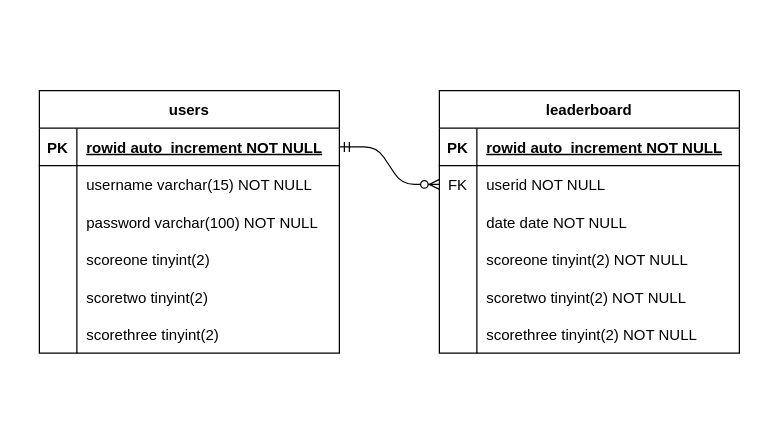
The draw.io diagram evidence/databasePlanning.drawio in hdert/python-dungeons, before the edit. Source tidied: cells renumbered, new cells numbered last; positions are measured from the earlier drawing's top-left corner, leaving out a move shared by most shapes. Both pictures are drawn from the tidied source at 125%, with x=0, y=0 at pixel (39, 90).
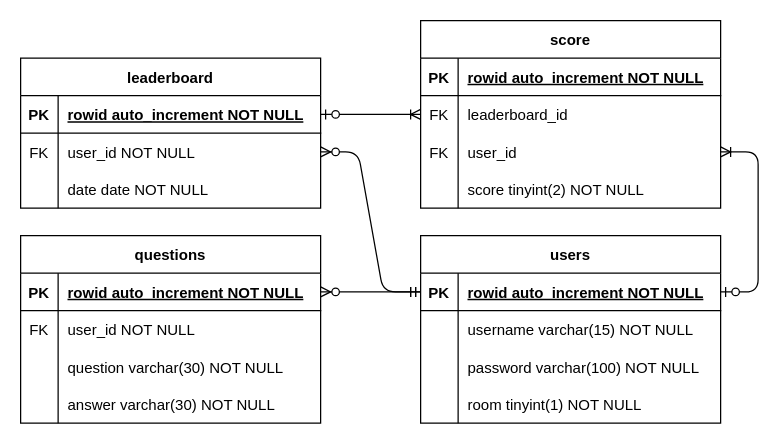
The same page after the edit.

Commit message:
add score, questions to ERD

The change refers to these unchanged cells:
```xml
<mxCell id="4" style="shape=partialRectangle;fillColor=none;top=0;left=0;bottom=1;right=0;points=[[0,0.5],[1,0.5]];portConstraint=eastwest;" parent="3" vertex="1">
  <mxGeometry y="30" width="240" height="30" as="geometry" />
</mxCell>
<mxCell id="7" style="shape=partialRectangle;fillColor=none;top=0;left=0;bottom=0;right=0;points=[[0,0.5],[1,0.5]];portConstraint=eastwest;" parent="3" vertex="1">
  <mxGeometry y="60" width="240" height="30" as="geometry" />
</mxCell>
```

Diff of the diagram source:
```diff
@@
-    <mxCell id="2" style="edgeStyle=entityRelationEdgeStyle;fontSize=12;html=1;endArrow=ERzeroToMany;startArrow=ERmandOne;entryX=0;entryY=0.5;entryDx=0;entryDy=0;exitX=1;exitY=0.5;exitDx=0;exitDy=0;" parent="1" edge="1" source="23" target="7">
+    <mxCell id="2" style="edgeStyle=entityRelationEdgeStyle;fontSize=12;html=1;endArrow=ERzeroToMany;startArrow=ERmandOne;" parent="1" edge="1" source="23" target="7">
       <mxGeometry relative="1" as="geometry" />
     </mxCell>
+    <mxCell id="41" style="edgeStyle=entityRelationEdgeStyle;fontSize=12;html=1;endArrow=ERzeroToMany;startArrow=ERmandOne;" parent="1" edge="1" source="23" target="61">
+      <mxGeometry relative="1" as="geometry" />
+    </mxCell>
+    <mxCell id="42" style="edgeStyle=entityRelationEdgeStyle;fontSize=12;html=1;endArrow=ERoneToMany;startArrow=ERzeroToOne;endFill=0;rounded=1;jumpStyle=none;startFill=1;" parent="1" edge="1" source="23" target="51">
+      <mxGeometry relative="1" as="geometry" />
+    </mxCell>
+    <mxCell id="43" style="edgeStyle=entityRelationEdgeStyle;fontSize=12;html=1;endArrow=ERoneToMany;startArrow=ERzeroToOne;endFill=0;startFill=1;" parent="1" edge="1" source="4" target="48">
+      <mxGeometry relative="1" as="geometry" />
+    </mxCell>
+    <mxCell id="44" value="score" style="shape=table;startSize=30;childLayout=tableLayout;rowLines=0;fontStyle=1;align=center;" parent="1" vertex="1">
+      <mxGeometry x="305" y="-56" width="240" height="150" as="geometry" />
+    </mxCell>
+    <mxCell id="45" style="shape=partialRectangle;fillColor=none;top=0;left=0;bottom=1;right=0;" parent="44" vertex="1">
+      <mxGeometry y="30" width="240" height="30" as="geometry" />
+    </mxCell>
+    <mxCell id="46" value="PK" style="shape=partialRectangle;fillColor=none;top=0;left=0;bottom=0;right=0;fontStyle=1;overflow=hidden;" parent="45" vertex="1">
+      <mxGeometry width="30" height="30" as="geometry" />
+    </mxCell>
+    <mxCell id="47" value="rowid auto_increment NOT NULL" style="shape=partialRectangle;fillColor=none;top=0;left=0;bottom=0;right=0;align=left;spacingLeft=6;fontStyle=5;overflow=hidden;" parent="45" vertex="1">
+      <mxGeometry x="30" width="210" height="30" as="geometry" />
+    </mxCell>
+    <mxCell id="48" style="shape=partialRectangle;fillColor=none;top=0;left=0;bottom=0;right=0;points=[[0,0.5],[1,0.5]];portConstraint=eastwest;" parent="44" vertex="1">
+      <mxGeometry y="60" width="240" height="30" as="geometry" />
+    </mxCell>
+    <mxCell id="49" value="FK" style="shape=partialRectangle;fillColor=none;top=0;left=0;bottom=0;right=0;overflow=hidden;" parent="48" vertex="1">
+      <mxGeometry width="30" height="30" as="geometry" />
+    </mxCell>
+    <mxCell id="50" value="leaderboard_id" style="shape=partialRectangle;fillColor=none;top=0;left=0;bottom=0;right=0;align=left;spacingLeft=6;overflow=hidden;" parent="48" vertex="1">
+      <mxGeometry x="30" width="210" height="30" as="geometry" />
+    </mxCell>
+    <mxCell id="51" style="shape=partialRectangle;fillColor=none;top=0;left=0;bottom=0;right=0;points=[[0,0.5],[1,0.5]];portConstraint=eastwest;" parent="44" vertex="1">
+      <mxGeometry y="90" width="240" height="30" as="geometry" />
+    </mxCell>
+    <mxCell id="52" value="FK" style="shape=partialRectangle;fillColor=none;top=0;left=0;bottom=0;right=0;overflow=hidden;" parent="51" vertex="1">
+      <mxGeometry width="30" height="30" as="geometry" />
+    </mxCell>
+    <mxCell id="53" value="user_id" style="shape=partialRectangle;fillColor=none;top=0;left=0;bottom=0;right=0;align=left;spacingLeft=6;overflow=hidden;" parent="51" vertex="1">
+      <mxGeometry x="30" width="210" height="30" as="geometry" />
+    </mxCell>
+    <mxCell id="54" style="shape=partialRectangle;fillColor=none;top=0;left=0;bottom=0;right=0;" parent="44" vertex="1">
+      <mxGeometry y="120" width="240" height="30" as="geometry" />
+    </mxCell>
+    <mxCell id="55" style="shape=partialRectangle;fillColor=none;top=0;left=0;bottom=0;right=0;overflow=hidden;" parent="54" vertex="1">
+      <mxGeometry width="30" height="30" as="geometry" />
+    </mxCell>
+    <mxCell id="56" value="score tinyint(2) NOT NULL" style="shape=partialRectangle;fillColor=none;top=0;left=0;bottom=0;right=0;align=left;spacingLeft=6;overflow=hidden;" parent="54" vertex="1">
+      <mxGeometry x="30" width="210" height="30" as="geometry" />
+    </mxCell>
+    <mxCell id="22" value="users" style="shape=table;startSize=30;childLayout=tableLayout;rowLines=0;fontStyle=1;align=center;" parent="1" vertex="1">
+      <mxGeometry x="305" y="116" width="240" height="150" as="geometry" />
+    </mxCell>
+    <mxCell id="23" style="shape=partialRectangle;fillColor=none;top=0;left=0;bottom=1;right=0;points=[[0,0.5],[1,0.5]];portConstraint=eastwest;" parent="22" vertex="1">
+      <mxGeometry y="30" width="240" height="30" as="geometry" />
+    </mxCell>
+    <mxCell id="24" value="PK" style="shape=partialRectangle;fillColor=none;top=0;left=0;bottom=0;right=0;fontStyle=1;overflow=hidden;" parent="23" vertex="1">
+      <mxGeometry width="30" height="30" as="geometry" />
+    </mxCell>
+    <mxCell id="25" value="rowid auto_increment NOT NULL" style="shape=partialRectangle;fillColor=none;top=0;left=0;bottom=0;right=0;align=left;spacingLeft=6;fontStyle=5;overflow=hidden;" parent="23" vertex="1">
+      <mxGeometry x="30" width="210" height="30" as="geometry" />
+    </mxCell>
+    <mxCell id="26" style="shape=partialRectangle;fillColor=none;top=0;left=0;bottom=0;right=0;" parent="22" vertex="1">
+      <mxGeometry y="60" width="240" height="30" as="geometry" />
+    </mxCell>
+    <mxCell id="27" style="shape=partialRectangle;fillColor=none;top=0;left=0;bottom=0;right=0;overflow=hidden;" parent="26" vertex="1">
+      <mxGeometry width="30" height="30" as="geometry" />
+    </mxCell>
+    <mxCell id="28" value="username varchar(15) NOT NULL" style="shape=partialRectangle;fillColor=none;top=0;left=0;bottom=0;right=0;align=left;spacingLeft=6;overflow=hidden;" parent="26" vertex="1">
+      <mxGeometry x="30" width="210" height="30" as="geometry" />
+    </mxCell>
+    <mxCell id="29" style="shape=partialRectangle;fillColor=none;top=0;left=0;bottom=0;right=0;" parent="22" vertex="1">
+      <mxGeometry y="90" width="240" height="30" as="geometry" />
+    </mxCell>
+    <mxCell id="30" style="shape=partialRectangle;fillColor=none;top=0;left=0;bottom=0;right=0;overflow=hidden;" parent="29" vertex="1">
+      <mxGeometry width="30" height="30" as="geometry" />
+    </mxCell>
+    <mxCell id="31" value="password varchar(100) NOT NULL" style="shape=partialRectangle;fillColor=none;top=0;left=0;bottom=0;right=0;align=left;spacingLeft=6;overflow=hidden;" parent="29" vertex="1">
+      <mxGeometry x="30" width="210" height="30" as="geometry" />
+    </mxCell>
+    <mxCell id="57" style="shape=partialRectangle;fillColor=none;top=0;left=0;bottom=0;right=0;" parent="22" vertex="1">
+      <mxGeometry y="120" width="240" height="30" as="geometry" />
+    </mxCell>
+    <mxCell id="58" style="shape=partialRectangle;fillColor=none;top=0;left=0;bottom=0;right=0;overflow=hidden;" parent="57" vertex="1">
+      <mxGeometry width="30" height="30" as="geometry" />
+    </mxCell>
+    <mxCell id="59" value="room tinyint(1) NOT NULL" style="shape=partialRectangle;fillColor=none;top=0;left=0;bottom=0;right=0;align=left;spacingLeft=6;overflow=hidden;" parent="57" vertex="1">
+      <mxGeometry x="30" width="210" height="30" as="geometry" />
+    </mxCell>
+    <mxCell id="60" value="questions" style="shape=table;startSize=30;childLayout=tableLayout;rowLines=0;fontStyle=1;align=center;" parent="1" vertex="1">
+      <mxGeometry x="-15" y="116" width="240" height="150" as="geometry" />
+    </mxCell>
+    <mxCell id="61" style="shape=partialRectangle;fillColor=none;top=0;left=0;bottom=1;right=0;points=[[0,0.5],[1,0.5]];portConstraint=eastwest;" parent="60" vertex="1">
+      <mxGeometry y="30" width="240" height="30" as="geometry" />
+    </mxCell>
+    <mxCell id="62" value="PK" style="shape=partialRectangle;fillColor=none;top=0;left=0;bottom=0;right=0;fontStyle=1;overflow=hidden;" parent="61" vertex="1">
+      <mxGeometry width="30" height="30" as="geometry" />
+    </mxCell>
+    <mxCell id="63" value="rowid auto_increment NOT NULL" style="shape=partialRectangle;fillColor=none;top=0;left=0;bottom=0;right=0;align=left;spacingLeft=6;fontStyle=5;overflow=hidden;" parent="61" vertex="1">
+      <mxGeometry x="30" width="210" height="30" as="geometry" />
+    </mxCell>
+    <mxCell id="64" style="shape=partialRectangle;fillColor=none;top=0;left=0;bottom=0;right=0;" parent="60" vertex="1">
+      <mxGeometry y="60" width="240" height="30" as="geometry" />
+    </mxCell>
+    <mxCell id="65" value="FK" style="shape=partialRectangle;fillColor=none;top=0;left=0;bottom=0;right=0;overflow=hidden;" parent="64" vertex="1">
+      <mxGeometry width="30" height="30" as="geometry" />
+    </mxCell>
+    <mxCell id="66" value="user_id NOT NULL" style="shape=partialRectangle;fillColor=none;top=0;left=0;bottom=0;right=0;align=left;spacingLeft=6;overflow=hidden;" parent="64" vertex="1">
+      <mxGeometry x="30" width="210" height="30" as="geometry" />
+    </mxCell>
+    <mxCell id="67" style="shape=partialRectangle;fillColor=none;top=0;left=0;bottom=0;right=0;" parent="60" vertex="1">
+      <mxGeometry y="90" width="240" height="30" as="geometry" />
+    </mxCell>
+    <mxCell id="68" style="shape=partialRectangle;fillColor=none;top=0;left=0;bottom=0;right=0;overflow=hidden;" parent="67" vertex="1">
+      <mxGeometry width="30" height="30" as="geometry" />
+    </mxCell>
+    <mxCell id="69" value="question varchar(30) NOT NULL" style="shape=partialRectangle;fillColor=none;top=0;left=0;bottom=0;right=0;align=left;spacingLeft=6;overflow=hidden;" parent="67" vertex="1">
+      <mxGeometry x="30" width="210" height="30" as="geometry" />
+    </mxCell>
+    <mxCell id="70" style="shape=partialRectangle;fillColor=none;top=0;left=0;bottom=0;right=0;" parent="60" vertex="1">
+      <mxGeometry y="120" width="240" height="30" as="geometry" />
+    </mxCell>
+    <mxCell id="71" style="shape=partialRectangle;fillColor=none;top=0;left=0;bottom=0;right=0;overflow=hidden;" parent="70" vertex="1">
+      <mxGeometry width="30" height="30" as="geometry" />
+    </mxCell>
+    <mxCell id="72" value="answer varchar(30) NOT NULL" style="shape=partialRectangle;fillColor=none;top=0;left=0;bottom=0;right=0;align=left;spacingLeft=6;overflow=hidden;" parent="70" vertex="1">
+      <mxGeometry x="30" width="210" height="30" as="geometry" />
+    </mxCell>
     <mxCell id="3" value="leaderboard" style="shape=table;startSize=30;childLayout=tableLayout;rowLines=0;fontStyle=1;align=center;" parent="1" vertex="1">
-      <mxGeometry x="320" width="240" height="210" as="geometry" />
+      <mxGeometry x="-15" y="-26" width="240" height="120" as="geometry" />
     </mxCell>
@@
-    <mxCell id="9" value="userid NOT NULL" style="shape=partialRectangle;fillColor=none;top=0;left=0;bottom=0;right=0;align=left;spacingLeft=6;overflow=hidden;" parent="7" vertex="1">
+    <mxCell id="9" value="user_id NOT NULL" style="shape=partialRectangle;fillColor=none;top=0;left=0;bottom=0;right=0;align=left;spacingLeft=6;overflow=hidden;" parent="7" vertex="1">
       <mxGeometry x="30" width="210" height="30" as="geometry" />
     </mxCell>
@@
-    <mxCell id="13" style="shape=partialRectangle;fillColor=none;top=0;left=0;bottom=0;right=0;" parent="3" vertex="1">
-      <mxGeometry y="120" width="240" height="30" as="geometry" />
-    </mxCell>
-    <mxCell id="14" style="shape=partialRectangle;fillColor=none;top=0;left=0;bottom=0;right=0;overflow=hidden;" parent="13" vertex="1">
-      <mxGeometry width="30" height="30" as="geometry" />
-    </mxCell>
-    <mxCell id="15" value="scoreone tinyint(2) NOT NULL" style="shape=partialRectangle;fillColor=none;top=0;left=0;bottom=0;right=0;align=left;spacingLeft=6;overflow=hidden;" parent="13" vertex="1">
-      <mxGeometry x="30" width="210" height="30" as="geometry" />
-    </mxCell>
-    <mxCell id="16" style="shape=partialRectangle;fillColor=none;top=0;left=0;bottom=0;right=0;" parent="3" vertex="1">
-      <mxGeometry y="150" width="240" height="30" as="geometry" />
-    </mxCell>
-    <mxCell id="17" style="shape=partialRectangle;fillColor=none;top=0;left=0;bottom=0;right=0;overflow=hidden;" parent="16" vertex="1">
-      <mxGeometry width="30" height="30" as="geometry" />
-    </mxCell>
-    <mxCell id="18" value="scoretwo tinyint(2) NOT NULL" style="shape=partialRectangle;fillColor=none;top=0;left=0;bottom=0;right=0;align=left;spacingLeft=6;overflow=hidden;" parent="16" vertex="1">
-      <mxGeometry x="30" width="210" height="30" as="geometry" />
-    </mxCell>
-    <mxCell id="19" style="shape=partialRectangle;fillColor=none;top=0;left=0;bottom=0;right=0;" parent="3" vertex="1">
-      <mxGeometry y="180" width="240" height="30" as="geometry" />
-    </mxCell>
-    <mxCell id="20" style="shape=partialRectangle;fillColor=none;top=0;left=0;bottom=0;right=0;overflow=hidden;" parent="19" vertex="1">
-      <mxGeometry width="30" height="30" as="geometry" />
-    </mxCell>
-    <mxCell id="21" value="scorethree tinyint(2) NOT NULL" style="shape=partialRectangle;fillColor=none;top=0;left=0;bottom=0;right=0;align=left;spacingLeft=6;overflow=hidden;" parent="19" vertex="1">
-      <mxGeometry x="30" width="210" height="30" as="geometry" />
-    </mxCell>
-    <mxCell id="22" value="users" style="shape=table;startSize=30;childLayout=tableLayout;rowLines=0;fontStyle=1;align=center;" parent="1" vertex="1">
-      <mxGeometry width="240" height="210" as="geometry" />
-    </mxCell>
-    <mxCell id="23" style="shape=partialRectangle;fillColor=none;top=0;left=0;bottom=1;right=0;points=[[0,0.5],[1,0.5]];portConstraint=eastwest;" parent="22" vertex="1">
-      <mxGeometry y="30" width="240" height="30" as="geometry" />
-    </mxCell>
-    <mxCell id="24" value="PK" style="shape=partialRectangle;fillColor=none;top=0;left=0;bottom=0;right=0;fontStyle=1;overflow=hidden;" parent="23" vertex="1">
-      <mxGeometry width="30" height="30" as="geometry" />
-    </mxCell>
-    <mxCell id="25" value="rowid auto_increment NOT NULL" style="shape=partialRectangle;fillColor=none;top=0;left=0;bottom=0;right=0;align=left;spacingLeft=6;fontStyle=5;overflow=hidden;" parent="23" vertex="1">
-      <mxGeometry x="30" width="210" height="30" as="geometry" />
-    </mxCell>
-    <mxCell id="26" style="shape=partialRectangle;fillColor=none;top=0;left=0;bottom=0;right=0;" parent="22" vertex="1">
-      <mxGeometry y="60" width="240" height="30" as="geometry" />
-    </mxCell>
-    <mxCell id="27" style="shape=partialRectangle;fillColor=none;top=0;left=0;bottom=0;right=0;overflow=hidden;" parent="26" vertex="1">
-      <mxGeometry width="30" height="30" as="geometry" />
-    </mxCell>
-    <mxCell id="28" value="username varchar(15) NOT NULL" style="shape=partialRectangle;fillColor=none;top=0;left=0;bottom=0;right=0;align=left;spacingLeft=6;overflow=hidden;" parent="26" vertex="1">
-      <mxGeometry x="30" width="210" height="30" as="geometry" />
-    </mxCell>
-    <mxCell id="29" style="shape=partialRectangle;fillColor=none;top=0;left=0;bottom=0;right=0;" parent="22" vertex="1">
-      <mxGeometry y="90" width="240" height="30" as="geometry" />
-    </mxCell>
-    <mxCell id="30" style="shape=partialRectangle;fillColor=none;top=0;left=0;bottom=0;right=0;overflow=hidden;" parent="29" vertex="1">
-      <mxGeometry width="30" height="30" as="geometry" />
-    </mxCell>
-    <mxCell id="31" value="password varchar(100) NOT NULL" style="shape=partialRectangle;fillColor=none;top=0;left=0;bottom=0;right=0;align=left;spacingLeft=6;overflow=hidden;" parent="29" vertex="1">
-      <mxGeometry x="30" width="210" height="30" as="geometry" />
-    </mxCell>
-    <mxCell id="32" style="shape=partialRectangle;fillColor=none;top=0;left=0;bottom=0;right=0;" parent="22" vertex="1">
-      <mxGeometry y="120" width="240" height="30" as="geometry" />
-    </mxCell>
-    <mxCell id="33" style="shape=partialRectangle;fillColor=none;top=0;left=0;bottom=0;right=0;overflow=hidden;" parent="32" vertex="1">
-      <mxGeometry width="30" height="30" as="geometry" />
-    </mxCell>
-    <mxCell id="34" value="scoreone tinyint(2)" style="shape=partialRectangle;fillColor=none;top=0;left=0;bottom=0;right=0;align=left;spacingLeft=6;overflow=hidden;" parent="32" vertex="1">
-      <mxGeometry x="30" width="210" height="30" as="geometry" />
-    </mxCell>
-    <mxCell id="35" style="shape=partialRectangle;fillColor=none;top=0;left=0;bottom=0;right=0;" parent="22" vertex="1">
-      <mxGeometry y="150" width="240" height="30" as="geometry" />
-    </mxCell>
-    <mxCell id="36" style="shape=partialRectangle;fillColor=none;top=0;left=0;bottom=0;right=0;overflow=hidden;" parent="35" vertex="1">
-      <mxGeometry width="30" height="30" as="geometry" />
-    </mxCell>
-    <mxCell id="37" value="scoretwo tinyint(2)" style="shape=partialRectangle;fillColor=none;top=0;left=0;bottom=0;right=0;align=left;spacingLeft=6;overflow=hidden;" parent="35" vertex="1">
-      <mxGeometry x="30" width="210" height="30" as="geometry" />
-    </mxCell>
-    <mxCell id="38" style="shape=partialRectangle;fillColor=none;top=0;left=0;bottom=0;right=0;" parent="22" vertex="1">
-      <mxGeometry y="180" width="240" height="30" as="geometry" />
-    </mxCell>
-    <mxCell id="39" style="shape=partialRectangle;fillColor=none;top=0;left=0;bottom=0;right=0;overflow=hidden;" parent="38" vertex="1">
-      <mxGeometry width="30" height="30" as="geometry" />
-    </mxCell>
-    <mxCell id="40" value="scorethree tinyint(2)" style="shape=partialRectangle;fillColor=none;top=0;left=0;bottom=0;right=0;align=left;spacingLeft=6;overflow=hidden;" parent="38" vertex="1">
-      <mxGeometry x="30" width="210" height="30" as="geometry" />
-    </mxCell>
```
